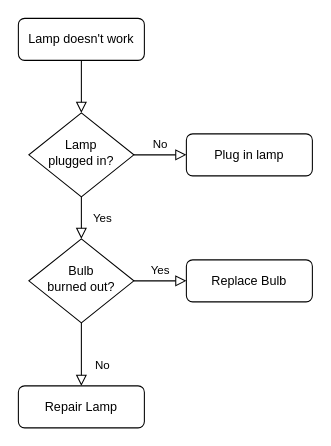
Before: 未命名绘图.drawio in liuchengwen/SpringBoot, a draw.io diagram. Source tidied: cells renumbered, new cells numbered last; positions are measured from the earlier drawing's top-left corner, leaving out a move shared by most shapes. Both pictures are drawn from the tidied source at 105%, with x=0, y=0 at pixel (18, 18).
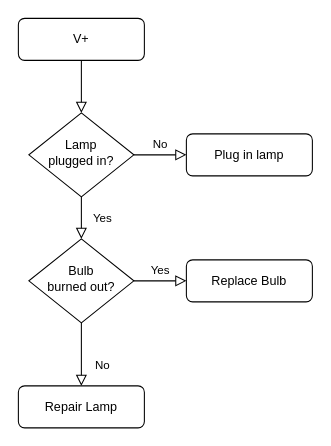
After the change.

Commit message:
更新未命名绘图.drawio

What changed in the source:
```diff
@@
 <mxGraphModel>
   <root>
     <mxCell id="0" />
     <mxCell id="1" parent="0" />
     <mxCell id="2" style="rounded=0;html=1;jettySize=auto;fontSize=11;endArrow=block;endFill=0;endSize=8;strokeWidth=1;shadow=0;labelBackgroundColor=none;edgeStyle=orthogonalEdgeStyle;" parent="1" edge="1" source="3" target="6">
       <mxGeometry relative="1" as="geometry" />
     </mxCell>
-    <mxCell id="3" value="Lamp doesn't work" style="rounded=1;whiteSpace=wrap;html=1;fontSize=12;glass=0;strokeWidth=1;shadow=0;" parent="1" vertex="1">
+    <mxCell id="3" value="V+" style="rounded=1;whiteSpace=wrap;html=1;fontSize=12;glass=0;strokeWidth=1;shadow=0;" parent="1" vertex="1">
       <mxGeometry width="120" height="40" as="geometry" />
     </mxCell>
     <mxCell id="4" value="Yes" style="rounded=0;html=1;jettySize=auto;fontSize=11;endArrow=block;endFill=0;endSize=8;strokeWidth=1;shadow=0;labelBackgroundColor=none;edgeStyle=orthogonalEdgeStyle;" parent="1" edge="1" source="6" target="10">
       <mxGeometry y="20" relative="1" as="geometry" />
     </mxCell>
     <mxCell id="5" value="No" style="edgeStyle=orthogonalEdgeStyle;rounded=0;html=1;jettySize=auto;fontSize=11;endArrow=block;endFill=0;endSize=8;strokeWidth=1;shadow=0;labelBackgroundColor=none;" parent="1" edge="1" source="6" target="7">
       <mxGeometry y="10" relative="1" as="geometry" />
     </mxCell>
     <mxCell id="6" value="Lamp&lt;br&gt;plugged in?" style="rhombus;whiteSpace=wrap;html=1;shadow=0;fontFamily=Helvetica;fontSize=12;align=center;strokeWidth=1;spacing=6;spacingTop=-4;" parent="1" vertex="1">
       <mxGeometry x="10" y="90" width="100" height="80" as="geometry" />
     </mxCell>
     <mxCell id="7" value="Plug in lamp" style="rounded=1;whiteSpace=wrap;html=1;fontSize=12;glass=0;strokeWidth=1;shadow=0;" parent="1" vertex="1">
       <mxGeometry x="160" y="110" width="120" height="40" as="geometry" />
     </mxCell>
     <mxCell id="8" value="No" style="rounded=0;html=1;jettySize=auto;fontSize=11;endArrow=block;endFill=0;endSize=8;strokeWidth=1;shadow=0;labelBackgroundColor=none;edgeStyle=orthogonalEdgeStyle;" parent="1" edge="1" source="10" target="11">
       <mxGeometry x="0.33" y="20" relative="1" as="geometry" />
     </mxCell>
     <mxCell id="9" value="Yes" style="edgeStyle=orthogonalEdgeStyle;rounded=0;html=1;jettySize=auto;fontSize=11;endArrow=block;endFill=0;endSize=8;strokeWidth=1;shadow=0;labelBackgroundColor=none;" parent="1" edge="1" source="10" target="12">
       <mxGeometry y="10" relative="1" as="geometry" />
     </mxCell>
     <mxCell id="10" value="Bulb&lt;br&gt;burned out?" style="rhombus;whiteSpace=wrap;html=1;shadow=0;fontFamily=Helvetica;fontSize=12;align=center;strokeWidth=1;spacing=6;spacingTop=-4;" parent="1" vertex="1">
       <mxGeometry x="10" y="210" width="100" height="80" as="geometry" />
     </mxCell>
     <mxCell id="11" value="Repair Lamp" style="rounded=1;whiteSpace=wrap;html=1;fontSize=12;glass=0;strokeWidth=1;shadow=0;" parent="1" vertex="1">
       <mxGeometry y="350" width="120" height="40" as="geometry" />
     </mxCell>
     <mxCell id="12" value="Replace Bulb" style="rounded=1;whiteSpace=wrap;html=1;fontSize=12;glass=0;strokeWidth=1;shadow=0;" parent="1" vertex="1">
       <mxGeometry x="160" y="230" width="120" height="40" as="geometry" />
     </mxCell>
   </root>
 </mxGraphModel>
```
